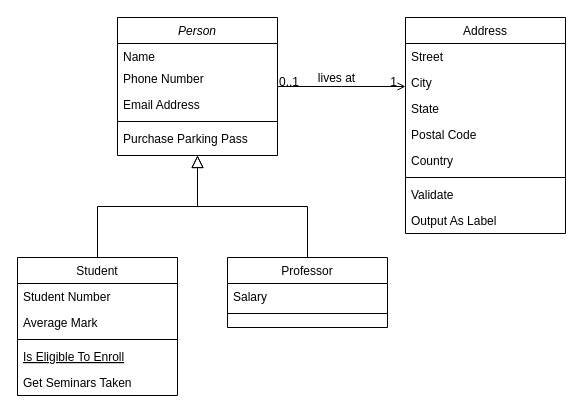
This is java-report3.drawio from Zhu-mu/DailyWork, a draw.io file, before an edit. Source tidied: cells renumbered, new cells numbered last; positions are measured from the earlier drawing's top-left corner, leaving out a move shared by most shapes. Both pictures are drawn from the tidied source at 100%, with x=0, y=0 at pixel (17, 17).
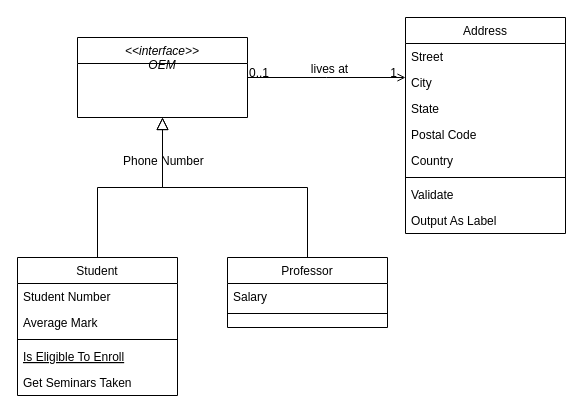
The same page after the edit.

Change to the diagram source:
```diff
@@
-    <mxCell id="2" value="Person" style="swimlane;fontStyle=2;align=center;verticalAlign=top;horizontal=1;startSize=26;rounded=0;shadow=0;strokeWidth=1;" parent="1" vertex="1">
-      <mxGeometry x="100" width="160" height="138" as="geometry" />
+    <mxCell id="2" value="&lt;&lt;interface&gt;&gt;&#10;OEM" style="swimlane;fontStyle=2;align=center;verticalAlign=top;horizontal=1;startSize=26;rounded=0;shadow=0;strokeWidth=1;" parent="1" vertex="1">
+      <mxGeometry x="60" y="20" width="170" height="80" as="geometry" />
     </mxCell>
-    <mxCell id="3" value="Name" style="text;align=left;verticalAlign=top;spacingLeft=4;spacingRight=4;overflow=hidden;" parent="2" vertex="1">
-      <mxGeometry y="26" width="160" height="22" as="geometry" />
-    </mxCell>
-    <mxCell id="4" value="Phone Number" style="text;align=left;verticalAlign=top;spacingLeft=4;spacingRight=4;overflow=hidden;rounded=0;shadow=0;html=0;" parent="2" vertex="1">
-      <mxGeometry y="48" width="160" height="26" as="geometry" />
-    </mxCell>
-    <mxCell id="5" value="Email Address" style="text;align=left;verticalAlign=top;spacingLeft=4;spacingRight=4;overflow=hidden;rounded=0;shadow=0;html=0;" parent="2" vertex="1">
-      <mxGeometry y="74" width="160" height="26" as="geometry" />
-    </mxCell>
-    <mxCell id="6" style="line;html=1;strokeWidth=1;align=left;verticalAlign=middle;spacingTop=-1;spacingLeft=3;spacingRight=3;labelPosition=right;" parent="2" vertex="1">
-      <mxGeometry y="100" width="160" height="8" as="geometry" />
-    </mxCell>
-    <mxCell id="7" value="Purchase Parking Pass" style="text;align=left;verticalAlign=top;spacingLeft=4;spacingRight=4;overflow=hidden;" parent="2" vertex="1">
-      <mxGeometry y="108" width="160" height="26" as="geometry" />
-    </mxCell>
@@
+    <mxCell id="4" value="Phone Number" style="text;align=left;verticalAlign=top;spacingLeft=4;spacingRight=4;overflow=hidden;rounded=0;shadow=0;html=0;" parent="1" vertex="1">
+      <mxGeometry x="100" y="130" width="170" height="26" as="geometry" />
+    </mxCell>
```
